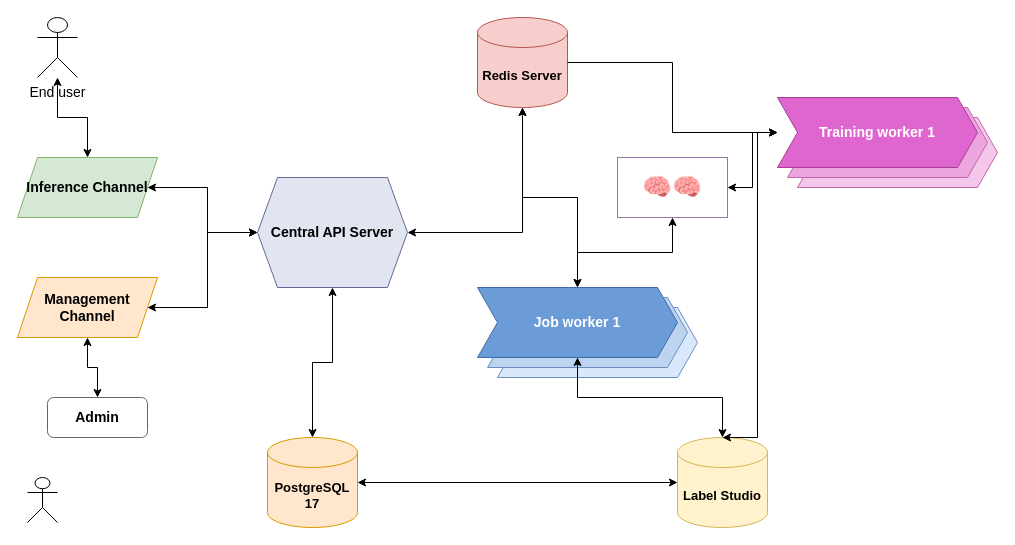
This is diagrams/overviews.drawio from price-of-sungkhanakharin/mini-pro-eco, a draw.io file, before an edit. Source tidied: cells renumbered, new cells numbered last; positions are measured from the earlier drawing's top-left corner, leaving out a move shared by most shapes. Both pictures are drawn from the tidied source at 100%, with x=0, y=0 at pixel (17, 17).
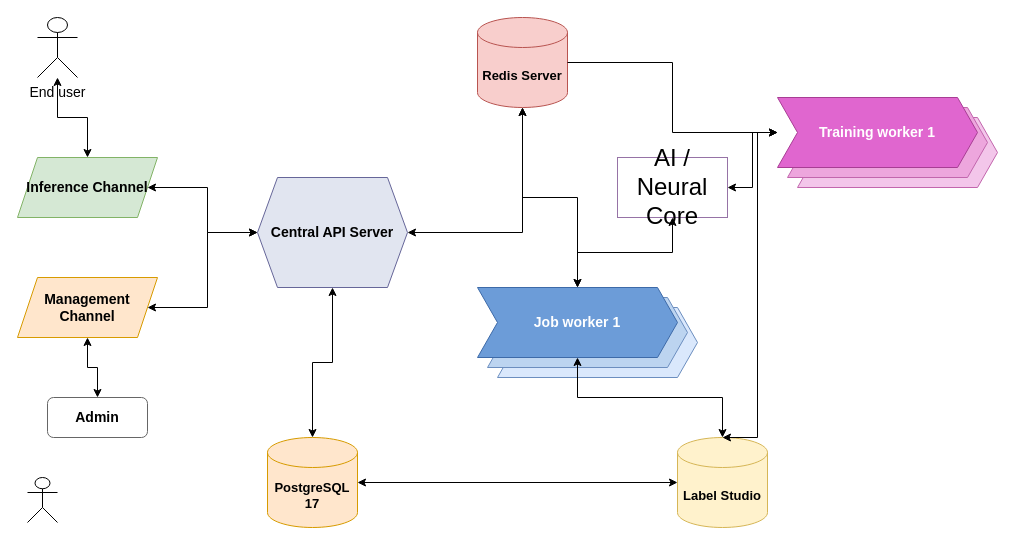
The same diagram, later.

Change to the diagram source:
```diff
@@
-    <mxCell id="9" value="🧠🧠" style="rounded=0;whiteSpace=wrap;html=1;fillColor=none;strokeColor=#9673a6;fontSize=24;fontColor=#000000;" parent="1" vertex="1">
+    <mxCell id="9" value="AI / Neural Core" style="rounded=0;whiteSpace=wrap;html=1;fillColor=none;strokeColor=#9673a6;fontSize=24;fontColor=#000000;" parent="1" vertex="1">
       <mxGeometry x="600" y="140" width="110" height="60" as="geometry" />
     </mxCell>
```
